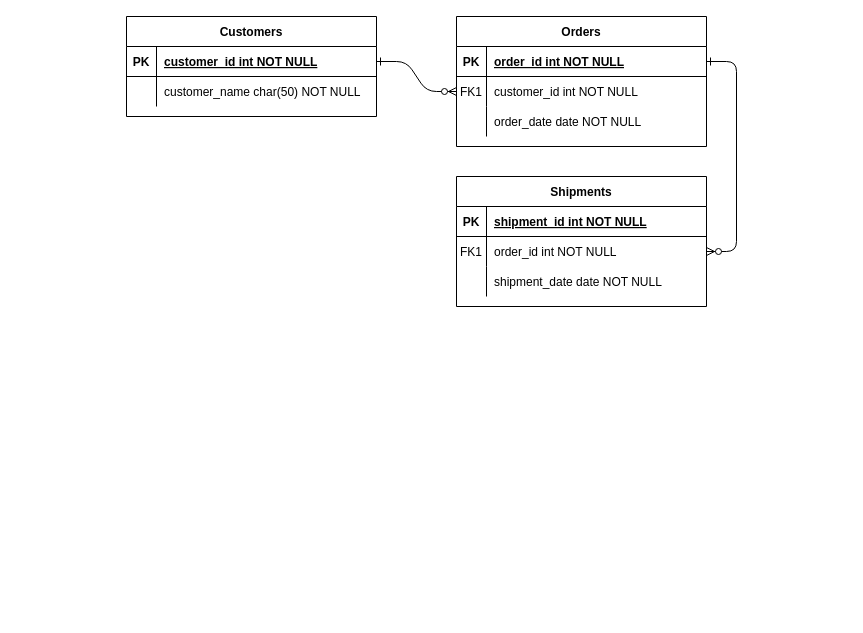
PullMyFork/hello-world keeps this draw.io diagram as Untitled Diagram.drawio. Above is the earlier version. Source tidied: cells renumbered, new cells numbered last; positions are measured from the earlier drawing's top-left corner, leaving out a move shared by most shapes. Both pictures are drawn from the tidied source at 100%, with x=0, y=0 at pixel (126, 16).
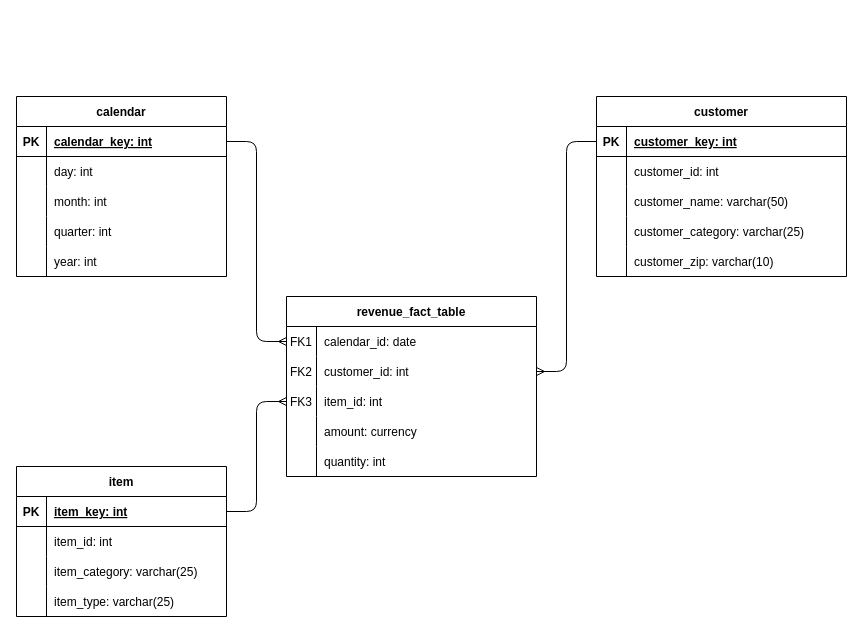
The same diagram, later.

The change refers to these unchanged cells:
```xml
<mxCell id="8" style="shape=partialRectangle;fillColor=none;points=[[0,0.5],[1,0.5]];portConstraint=eastwest;top=0;left=0;right=0;bottom=0;" parent="4" vertex="1">
  <mxGeometry y="60" width="250" height="30" as="geometry" />
</mxCell>
<mxCell id="11" style="shape=partialRectangle;fillColor=none;points=[[0,0.5],[1,0.5]];portConstraint=eastwest;top=0;left=0;right=0;bottom=0;" parent="4" vertex="1">
  <mxGeometry y="90" width="250" height="30" as="geometry" />
</mxCell>
<mxCell id="25" style="shape=partialRectangle;fillColor=none;points=[[0,0.5],[1,0.5]];portConstraint=eastwest;top=0;left=0;right=0;bottom=1;" parent="24" vertex="1">
  <mxGeometry y="30" width="250" height="30" as="geometry" />
</mxCell>
<mxCell id="28" style="shape=partialRectangle;fillColor=none;top=0;left=0;right=0;bottom=0;" parent="24" vertex="1">
  <mxGeometry y="60" width="250" height="30" as="geometry" />
</mxCell>
```

The edit, as a diff of the source:
```diff
@@
-    <mxCell id="2" style="edgeStyle=entityRelationEdgeStyle;endArrow=ERzeroToMany;startArrow=ERone;endFill=1;startFill=0;" parent="1" edge="1" source="25" target="8">
+    <mxCell id="2" style="edgeStyle=entityRelationEdgeStyle;endArrow=ERmany;startArrow=none;endFill=0;startFill=0;" parent="1" edge="1" source="25" target="8">
       <mxGeometry relative="1" as="geometry" />
     </mxCell>
-    <mxCell id="3" style="edgeStyle=entityRelationEdgeStyle;endArrow=ERzeroToMany;startArrow=ERone;endFill=1;startFill=0;" parent="1" edge="1" source="5" target="18">
+    <mxCell id="3" style="edgeStyle=entityRelationEdgeStyle;endArrow=none;startArrow=ERmany;endFill=0;startFill=0;jumpStyle=none;exitX=0;exitY=0.5;exitDx=0;exitDy=0;" parent="1" edge="1" source="31" target="15">
       <mxGeometry relative="1" as="geometry" />
     </mxCell>
-    <mxCell id="4" value="Orders" style="shape=table;startSize=30;childLayout=tableLayout;rowLines=0;fontStyle=1;align=center;" parent="1" vertex="1">
-      <mxGeometry x="330" width="250" height="130" as="geometry" />
+    <mxCell id="4" value="revenue_fact_table" style="shape=table;startSize=30;childLayout=tableLayout;rowLines=0;fontStyle=1;align=center;" parent="1" vertex="1">
+      <mxGeometry x="160" y="280" width="250" height="180" as="geometry" />
     </mxCell>
-    <mxCell id="5" style="shape=partialRectangle;fillColor=none;points=[[0,0.5],[1,0.5]];portConstraint=eastwest;top=0;left=0;right=0;bottom=1;" parent="4" vertex="1">
-      <mxGeometry y="30" width="250" height="30" as="geometry" />
-    </mxCell>
-    <mxCell id="6" value="PK" style="shape=partialRectangle;overflow=hidden;fillColor=none;top=0;left=0;bottom=0;right=0;fontStyle=1;" parent="5" vertex="1">
-      <mxGeometry width="30" height="30" as="geometry" />
-    </mxCell>
-    <mxCell id="7" value="order_id int NOT NULL " style="shape=partialRectangle;overflow=hidden;fillColor=none;top=0;left=0;bottom=0;right=0;align=left;spacingLeft=6;fontStyle=5;" parent="5" vertex="1">
-      <mxGeometry x="30" width="220" height="30" as="geometry" />
-    </mxCell>
+    <mxCell id="31" style="shape=partialRectangle;fillColor=none;points=[[0,0.5],[1,0.5]];portConstraint=eastwest;top=0;left=0;right=0;bottom=0;" parent="4" vertex="1">
+      <mxGeometry y="30" width="250" height="30" as="geometry" />
+    </mxCell>
+    <mxCell id="32" value="FK1" style="shape=partialRectangle;overflow=hidden;fillColor=none;top=0;left=0;bottom=0;right=0;" parent="31" vertex="1">
+      <mxGeometry width="30" height="30" as="geometry" />
+    </mxCell>
+    <mxCell id="33" value="calendar_id: date" style="shape=partialRectangle;overflow=hidden;fillColor=none;top=0;left=0;bottom=0;right=0;align=left;spacingLeft=6;" parent="31" vertex="1">
+      <mxGeometry x="30" width="220" height="30" as="geometry" />
+    </mxCell>
@@
-    <mxCell id="9" value="FK1" style="shape=partialRectangle;overflow=hidden;fillColor=none;top=0;left=0;bottom=0;right=0;" parent="8" vertex="1">
+    <mxCell id="9" value="FK2" style="shape=partialRectangle;overflow=hidden;fillColor=none;top=0;left=0;bottom=0;right=0;" parent="8" vertex="1">
       <mxGeometry width="30" height="30" as="geometry" />
     </mxCell>
-    <mxCell id="10" value="customer_id int NOT NULL" style="shape=partialRectangle;overflow=hidden;fillColor=none;top=0;left=0;bottom=0;right=0;align=left;spacingLeft=6;" parent="8" vertex="1">
+    <mxCell id="10" value="customer_id: int" style="shape=partialRectangle;overflow=hidden;fillColor=none;top=0;left=0;bottom=0;right=0;align=left;spacingLeft=6;" parent="8" vertex="1">
       <mxGeometry x="30" width="220" height="30" as="geometry" />
     </mxCell>
@@
-    <mxCell id="12" style="shape=partialRectangle;overflow=hidden;fillColor=none;top=0;left=0;bottom=0;right=0;" parent="11" vertex="1">
+    <mxCell id="12" value="FK3" style="shape=partialRectangle;overflow=hidden;fillColor=none;top=0;left=0;bottom=0;right=0;" parent="11" vertex="1">
       <mxGeometry width="30" height="30" as="geometry" />
     </mxCell>
-    <mxCell id="13" value="order_date date NOT NULL" style="shape=partialRectangle;overflow=hidden;fillColor=none;top=0;left=0;bottom=0;right=0;align=left;spacingLeft=6;" parent="11" vertex="1">
+    <mxCell id="13" value="item_id: int" style="shape=partialRectangle;overflow=hidden;fillColor=none;top=0;left=0;bottom=0;right=0;align=left;spacingLeft=6;" parent="11" vertex="1">
       <mxGeometry x="30" width="220" height="30" as="geometry" />
     </mxCell>
+    <mxCell id="34" style="shape=partialRectangle;fillColor=none;top=0;left=0;right=0;bottom=0;" parent="4" vertex="1">
+      <mxGeometry y="120" width="250" height="30" as="geometry" />
+    </mxCell>
+    <mxCell id="35" value=" " style="shape=partialRectangle;overflow=hidden;fillColor=none;top=0;left=0;bottom=0;right=0;" parent="34" vertex="1">
+      <mxGeometry width="30" height="30" as="geometry" />
+    </mxCell>
+    <mxCell id="36" value="amount: currency" style="shape=partialRectangle;overflow=hidden;fillColor=none;top=0;left=0;bottom=0;right=0;align=left;spacingLeft=6;" parent="34" vertex="1">
+      <mxGeometry x="30" width="220" height="30" as="geometry" />
+    </mxCell>
+    <mxCell id="37" style="shape=partialRectangle;fillColor=none;top=0;left=0;right=0;bottom=0;" parent="4" vertex="1">
+      <mxGeometry y="150" width="250" height="30" as="geometry" />
+    </mxCell>
+    <mxCell id="38" value=" " style="shape=partialRectangle;overflow=hidden;fillColor=none;top=0;left=0;bottom=0;right=0;" parent="37" vertex="1">
+      <mxGeometry width="30" height="30" as="geometry" />
+    </mxCell>
+    <mxCell id="39" value="quantity: int" style="shape=partialRectangle;overflow=hidden;fillColor=none;top=0;left=0;bottom=0;right=0;align=left;spacingLeft=6;" parent="37" vertex="1">
+      <mxGeometry x="30" width="220" height="30" as="geometry" />
+    </mxCell>
-    <mxCell id="14" value="Shipments" style="shape=table;startSize=30;childLayout=tableLayout;rowLines=0;fontStyle=1;align=center;" parent="1" vertex="1">
-      <mxGeometry x="330" y="160" width="250" height="130" as="geometry" />
+    <mxCell id="14" value="calendar" style="shape=table;startSize=30;childLayout=tableLayout;rowLines=0;fontStyle=1;align=center;" parent="1" vertex="1">
+      <mxGeometry x="-110" y="80" width="210" height="180" as="geometry" />
     </mxCell>
     <mxCell id="15" style="shape=partialRectangle;fillColor=none;points=[[0,0.5],[1,0.5]];portConstraint=eastwest;top=0;left=0;right=0;bottom=1;" parent="14" vertex="1">
-      <mxGeometry y="30" width="250" height="30" as="geometry" />
+      <mxGeometry y="30" width="210" height="30" as="geometry" />
     </mxCell>
@@
-    <mxCell id="17" value="shipment_id int NOT NULL " style="shape=partialRectangle;overflow=hidden;fillColor=none;top=0;left=0;bottom=0;right=0;align=left;spacingLeft=6;fontStyle=5;" parent="15" vertex="1">
-      <mxGeometry x="30" width="220" height="30" as="geometry" />
+    <mxCell id="17" value="calendar_key: int" style="shape=partialRectangle;overflow=hidden;fillColor=none;top=0;left=0;bottom=0;right=0;align=left;spacingLeft=6;fontStyle=5;" parent="15" vertex="1">
+      <mxGeometry x="30" width="180" height="30" as="geometry" />
     </mxCell>
     <mxCell id="18" style="shape=partialRectangle;fillColor=none;points=[[0,0.5],[1,0.5]];portConstraint=eastwest;top=0;left=0;right=0;bottom=0;" parent="14" vertex="1">
-      <mxGeometry y="60" width="250" height="30" as="geometry" />
+      <mxGeometry y="60" width="210" height="30" as="geometry" />
     </mxCell>
-    <mxCell id="19" value="FK1" style="shape=partialRectangle;overflow=hidden;fillColor=none;top=0;left=0;bottom=0;right=0;" parent="18" vertex="1">
+    <mxCell id="19" style="shape=partialRectangle;overflow=hidden;fillColor=none;top=0;left=0;bottom=0;right=0;" parent="18" vertex="1">
       <mxGeometry width="30" height="30" as="geometry" />
     </mxCell>
-    <mxCell id="20" value="order_id int NOT NULL" style="shape=partialRectangle;overflow=hidden;fillColor=none;top=0;left=0;bottom=0;right=0;align=left;spacingLeft=6;" parent="18" vertex="1">
-      <mxGeometry x="30" width="220" height="30" as="geometry" />
+    <mxCell id="20" value="day: int" style="shape=partialRectangle;overflow=hidden;fillColor=none;top=0;left=0;bottom=0;right=0;align=left;spacingLeft=6;" parent="18" vertex="1">
+      <mxGeometry x="30" width="180" height="30" as="geometry" />
     </mxCell>
+    <mxCell id="40" style="shape=partialRectangle;fillColor=none;top=0;left=0;right=0;bottom=0;" parent="14" vertex="1">
+      <mxGeometry y="90" width="210" height="30" as="geometry" />
+    </mxCell>
+    <mxCell id="41" style="shape=partialRectangle;overflow=hidden;fillColor=none;top=0;left=0;bottom=0;right=0;" parent="40" vertex="1">
+      <mxGeometry width="30" height="30" as="geometry" />
+    </mxCell>
+    <mxCell id="42" value="month: int" style="shape=partialRectangle;overflow=hidden;fillColor=none;top=0;left=0;bottom=0;right=0;align=left;spacingLeft=6;" parent="40" vertex="1">
+      <mxGeometry x="30" width="180" height="30" as="geometry" />
+    </mxCell>
+    <mxCell id="43" style="shape=partialRectangle;fillColor=none;top=0;left=0;right=0;bottom=0;" parent="14" vertex="1">
+      <mxGeometry y="120" width="210" height="30" as="geometry" />
+    </mxCell>
+    <mxCell id="44" style="shape=partialRectangle;overflow=hidden;fillColor=none;top=0;left=0;bottom=0;right=0;" parent="43" vertex="1">
+      <mxGeometry width="30" height="30" as="geometry" />
+    </mxCell>
+    <mxCell id="45" value="quarter: int" style="shape=partialRectangle;overflow=hidden;fillColor=none;top=0;left=0;bottom=0;right=0;align=left;spacingLeft=6;" parent="43" vertex="1">
+      <mxGeometry x="30" width="180" height="30" as="geometry" />
+    </mxCell>
     <mxCell id="21" style="shape=partialRectangle;fillColor=none;top=0;left=0;right=0;bottom=0;" parent="14" vertex="1">
-      <mxGeometry y="90" width="250" height="30" as="geometry" />
+      <mxGeometry y="150" width="210" height="30" as="geometry" />
     </mxCell>
@@
-    <mxCell id="23" value="shipment_date date NOT NULL" style="shape=partialRectangle;overflow=hidden;fillColor=none;top=0;left=0;bottom=0;right=0;align=left;spacingLeft=6;" parent="21" vertex="1">
-      <mxGeometry x="30" width="220" height="30" as="geometry" />
+    <mxCell id="23" value="year: int" style="shape=partialRectangle;overflow=hidden;fillColor=none;top=0;left=0;bottom=0;right=0;align=left;spacingLeft=6;" parent="21" vertex="1">
+      <mxGeometry x="30" width="180" height="30" as="geometry" />
     </mxCell>
-    <mxCell id="24" value="Customers" style="shape=table;startSize=30;childLayout=tableLayout;rowLines=0;fontStyle=1;align=center;" parent="1" vertex="1">
-      <mxGeometry width="250" height="100" as="geometry" />
+    <mxCell id="24" value="customer" style="shape=table;startSize=30;childLayout=tableLayout;rowLines=0;fontStyle=1;align=center;" parent="1" vertex="1">
+      <mxGeometry x="470" y="80" width="250" height="180" as="geometry" />
     </mxCell>
@@
-    <mxCell id="27" value="customer_id int NOT NULL " style="shape=partialRectangle;overflow=hidden;fillColor=none;top=0;left=0;bottom=0;right=0;align=left;spacingLeft=6;fontStyle=5;" parent="25" vertex="1">
+    <mxCell id="27" value="customer_key: int " style="shape=partialRectangle;overflow=hidden;fillColor=none;top=0;left=0;bottom=0;right=0;align=left;spacingLeft=6;fontStyle=5;" parent="25" vertex="1">
       <mxGeometry x="30" width="220" height="30" as="geometry" />
     </mxCell>
@@
-    <mxCell id="30" value="customer_name char(50) NOT NULL" style="shape=partialRectangle;overflow=hidden;fillColor=none;top=0;left=0;bottom=0;right=0;align=left;spacingLeft=6;" parent="28" vertex="1">
+    <mxCell id="30" value="customer_id: int" style="shape=partialRectangle;overflow=hidden;fillColor=none;top=0;left=0;bottom=0;right=0;align=left;spacingLeft=6;" parent="28" vertex="1">
       <mxGeometry x="30" width="220" height="30" as="geometry" />
     </mxCell>
+    <mxCell id="46" style="shape=partialRectangle;fillColor=none;top=0;left=0;right=0;bottom=0;" parent="24" vertex="1">
+      <mxGeometry y="90" width="250" height="30" as="geometry" />
+    </mxCell>
+    <mxCell id="47" style="shape=partialRectangle;overflow=hidden;fillColor=none;top=0;left=0;bottom=0;right=0;" parent="46" vertex="1">
+      <mxGeometry width="30" height="30" as="geometry" />
+    </mxCell>
+    <mxCell id="48" value="customer_name: varchar(50)" style="shape=partialRectangle;overflow=hidden;fillColor=none;top=0;left=0;bottom=0;right=0;align=left;spacingLeft=6;" parent="46" vertex="1">
+      <mxGeometry x="30" width="220" height="30" as="geometry" />
+    </mxCell>
+    <mxCell id="49" style="shape=partialRectangle;fillColor=none;top=0;left=0;right=0;bottom=0;" parent="24" vertex="1">
+      <mxGeometry y="120" width="250" height="30" as="geometry" />
+    </mxCell>
+    <mxCell id="50" style="shape=partialRectangle;overflow=hidden;fillColor=none;top=0;left=0;bottom=0;right=0;" parent="49" vertex="1">
+      <mxGeometry width="30" height="30" as="geometry" />
+    </mxCell>
+    <mxCell id="51" value="customer_category: varchar(25)" style="shape=partialRectangle;overflow=hidden;fillColor=none;top=0;left=0;bottom=0;right=0;align=left;spacingLeft=6;" parent="49" vertex="1">
+      <mxGeometry x="30" width="220" height="30" as="geometry" />
+    </mxCell>
+    <mxCell id="52" style="shape=partialRectangle;fillColor=none;top=0;left=0;right=0;bottom=0;" parent="24" vertex="1">
+      <mxGeometry y="150" width="250" height="30" as="geometry" />
+    </mxCell>
+    <mxCell id="53" style="shape=partialRectangle;overflow=hidden;fillColor=none;top=0;left=0;bottom=0;right=0;" parent="52" vertex="1">
+      <mxGeometry width="30" height="30" as="geometry" />
+    </mxCell>
+    <mxCell id="54" value="customer_zip: varchar(10)" style="shape=partialRectangle;overflow=hidden;fillColor=none;top=0;left=0;bottom=0;right=0;align=left;spacingLeft=6;" parent="52" vertex="1">
+      <mxGeometry x="30" width="220" height="30" as="geometry" />
+    </mxCell>
+    <mxCell id="55" value="item" style="shape=table;startSize=30;childLayout=tableLayout;rowLines=0;fontStyle=1;align=center;" parent="1" vertex="1">
+      <mxGeometry x="-110" y="450" width="210" height="150" as="geometry" />
+    </mxCell>
+    <mxCell id="56" style="shape=partialRectangle;fillColor=none;points=[[0,0.5],[1,0.5]];portConstraint=eastwest;top=0;left=0;right=0;bottom=1;" parent="55" vertex="1">
+      <mxGeometry y="30" width="210" height="30" as="geometry" />
+    </mxCell>
+    <mxCell id="6" value="PK" style="shape=partialRectangle;overflow=hidden;fillColor=none;top=0;left=0;bottom=0;right=0;fontStyle=1;" parent="56" vertex="1">
+      <mxGeometry width="30" height="30" as="geometry" />
+    </mxCell>
+    <mxCell id="57" value="item_key: int" style="shape=partialRectangle;overflow=hidden;fillColor=none;top=0;left=0;bottom=0;right=0;align=left;spacingLeft=6;fontStyle=5;" parent="56" vertex="1">
+      <mxGeometry x="30" width="180" height="30" as="geometry" />
+    </mxCell>
+    <mxCell id="58" style="shape=partialRectangle;fillColor=none;top=0;left=0;right=0;bottom=0;" parent="55" vertex="1">
+      <mxGeometry y="60" width="210" height="30" as="geometry" />
+    </mxCell>
+    <mxCell id="59" style="shape=partialRectangle;overflow=hidden;fillColor=none;top=0;left=0;bottom=0;right=0;" parent="58" vertex="1">
+      <mxGeometry width="30" height="30" as="geometry" />
+    </mxCell>
+    <mxCell id="60" value="item_id: int" style="shape=partialRectangle;overflow=hidden;fillColor=none;top=0;left=0;bottom=0;right=0;align=left;spacingLeft=6;" parent="58" vertex="1">
+      <mxGeometry x="30" width="180" height="30" as="geometry" />
+    </mxCell>
+    <mxCell id="61" style="shape=partialRectangle;fillColor=none;top=0;left=0;right=0;bottom=0;" parent="55" vertex="1">
+      <mxGeometry y="90" width="210" height="30" as="geometry" />
+    </mxCell>
+    <mxCell id="62" style="shape=partialRectangle;overflow=hidden;fillColor=none;top=0;left=0;bottom=0;right=0;" parent="61" vertex="1">
+      <mxGeometry width="30" height="30" as="geometry" />
+    </mxCell>
+    <mxCell id="63" value="item_category: varchar(25)" style="shape=partialRectangle;overflow=hidden;fillColor=none;top=0;left=0;bottom=0;right=0;align=left;spacingLeft=6;" parent="61" vertex="1">
+      <mxGeometry x="30" width="180" height="30" as="geometry" />
+    </mxCell>
+    <mxCell id="64" style="shape=partialRectangle;fillColor=none;top=0;left=0;right=0;bottom=0;" parent="55" vertex="1">
+      <mxGeometry y="120" width="210" height="30" as="geometry" />
+    </mxCell>
+    <mxCell id="65" style="shape=partialRectangle;overflow=hidden;fillColor=none;top=0;left=0;bottom=0;right=0;" parent="64" vertex="1">
+      <mxGeometry width="30" height="30" as="geometry" />
+    </mxCell>
+    <mxCell id="66" value="item_type: varchar(25)" style="shape=partialRectangle;overflow=hidden;fillColor=none;top=0;left=0;bottom=0;right=0;align=left;spacingLeft=6;" parent="64" vertex="1">
+      <mxGeometry x="30" width="180" height="30" as="geometry" />
+    </mxCell>
+    <mxCell id="67" style="edgeStyle=entityRelationEdgeStyle;endArrow=none;startArrow=ERmany;endFill=0;startFill=0;jumpStyle=none;exitX=0;exitY=0.5;exitDx=0;exitDy=0;entryX=1;entryY=0.5;entryDx=0;entryDy=0;" parent="1" edge="1" source="11" target="56">
+      <mxGeometry relative="1" as="geometry" />
+    </mxCell>
```
